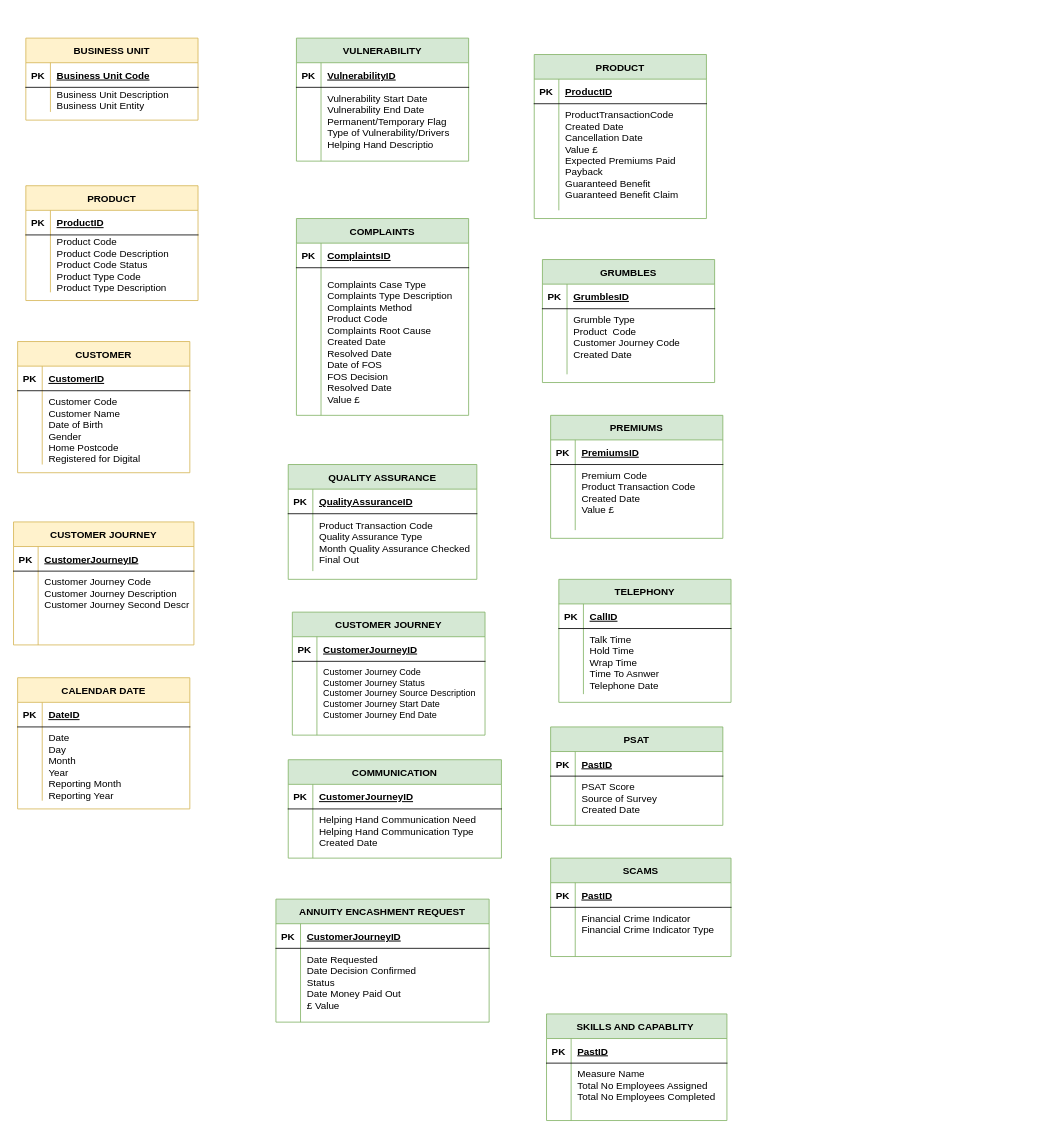
Before: PhonnixVC_DM.drawio in Saadcapco/PhoenixVC, a draw.io diagram. Source tidied: cells renumbered, new cells numbered last; positions are measured from the earlier drawing's top-left corner, leaving out a move shared by most shapes. Both pictures are drawn from the tidied source at 82%, with x=0, y=0 at pixel (13, 38).
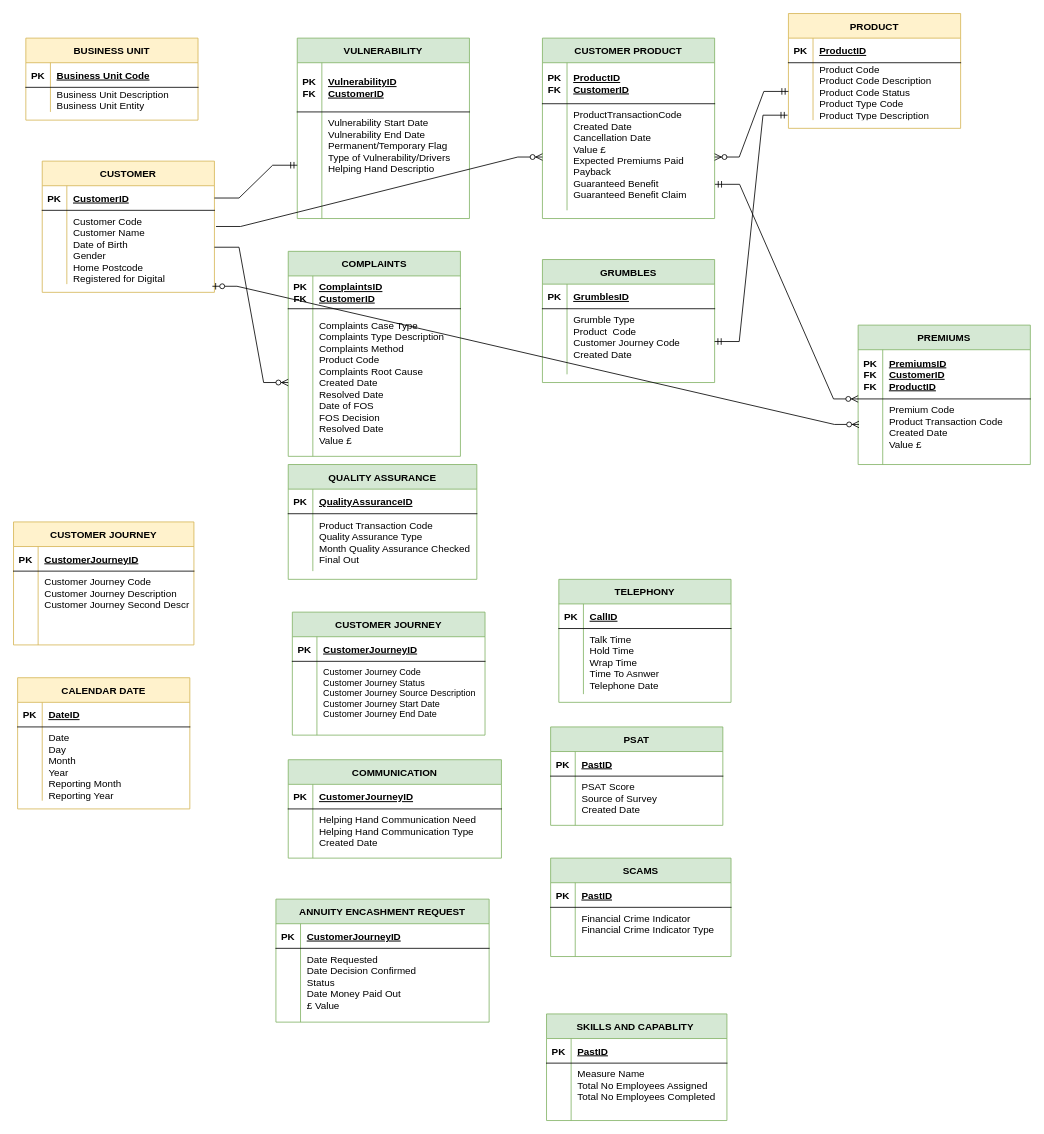
The same page after the edit.

The change refers to these unchanged cells:
```xml
<mxCell id="13" style="shape=partialRectangle;fillColor=none;points=[[0,0.5],[1,0.5]];portConstraint=eastwest;top=0;left=0;right=0;bottom=0;" parent="9" vertex="1">
  <mxGeometry y="60" width="210" height="70" as="geometry" />
</mxCell>
<mxCell id="17" style="shape=partialRectangle;fillColor=none;points=[[0,0.5],[1,0.5]];portConstraint=eastwest;top=0;left=0;right=0;bottom=1;" parent="16" vertex="1">
  <mxGeometry y="30" width="210" height="30" as="geometry" />
</mxCell>
<mxCell id="20" style="shape=partialRectangle;fillColor=none;points=[[0,0.5],[1,0.5]];portConstraint=eastwest;top=0;left=0;right=0;bottom=0;" parent="16" vertex="1">
  <mxGeometry y="60" width="210" height="90" as="geometry" />
</mxCell>
<mxCell id="90" style="shape=partialRectangle;fillColor=none;points=[[0,0.5],[1,0.5]];portConstraint=eastwest;top=0;left=0;right=0;bottom=0;" parent="86" vertex="1">
  <mxGeometry y="60" width="210" height="80" as="geometry" />
</mxCell>
```

What changed in the source:
```diff
@@
     <mxCell id="9" value="PRODUCT" style="shape=table;startSize=30;childLayout=tableLayout;rowLines=0;fontStyle=1;align=center;fillColor=#fff2cc;strokeColor=#d6b656;" parent="1" vertex="1">
-      <mxGeometry x="15" y="180" width="210" height="140" as="geometry" />
+      <mxGeometry x="945" y="-30" width="210" height="140" as="geometry" />
     </mxCell>
@@
     <mxCell id="16" value="CUSTOMER" style="shape=table;startSize=30;childLayout=tableLayout;rowLines=0;fontStyle=1;align=center;fillColor=#fff2cc;strokeColor=#d6b656;" parent="1" vertex="1">
-      <mxGeometry x="5" y="370" width="210" height="160" as="geometry" />
+      <mxGeometry x="35" y="150" width="210" height="160" as="geometry" />
     </mxCell>
@@
     <mxCell id="37" value="VULNERABILITY" style="shape=table;startSize=30;childLayout=tableLayout;rowLines=0;fontStyle=1;align=center;fillColor=#d5e8d4;strokeColor=#82b366;" parent="1" vertex="1">
-      <mxGeometry x="345" width="210" height="150" as="geometry" />
+      <mxGeometry x="346" width="210" height="220" as="geometry" />
     </mxCell>
     <mxCell id="38" style="shape=partialRectangle;fillColor=none;top=0;left=0;right=0;bottom=1;" parent="37" vertex="1">
-      <mxGeometry y="30" width="210" height="30" as="geometry" />
+      <mxGeometry y="30" width="210" height="60" as="geometry" />
     </mxCell>
-    <mxCell id="39" value="PK" style="shape=partialRectangle;overflow=hidden;fillColor=none;top=0;left=0;bottom=0;right=0;fontStyle=1;" parent="38" vertex="1">
-      <mxGeometry width="30" height="30" as="geometry" />
+    <mxCell id="39" value="PK&#10;FK" style="shape=partialRectangle;overflow=hidden;fillColor=none;top=0;left=0;bottom=0;right=0;fontStyle=1;" parent="38" vertex="1">
+      <mxGeometry width="30" height="60" as="geometry" />
     </mxCell>
-    <mxCell id="40" value="VulnerabilityID" style="shape=partialRectangle;overflow=hidden;fillColor=none;top=0;left=0;bottom=0;right=0;align=left;spacingLeft=6;fontStyle=5;" parent="38" vertex="1">
-      <mxGeometry x="30" width="180" height="30" as="geometry" />
+    <mxCell id="40" value="VulnerabilityID&#10;CustomerID" style="shape=partialRectangle;overflow=hidden;fillColor=none;top=0;left=0;bottom=0;right=0;align=left;spacingLeft=6;fontStyle=5;" parent="38" vertex="1">
+      <mxGeometry x="30" width="180" height="60" as="geometry" />
     </mxCell>
     <mxCell id="41" style="shape=partialRectangle;fillColor=none;points=[[0,0.5],[1,0.5]];portConstraint=eastwest;top=0;left=0;right=0;bottom=0;" parent="37" vertex="1">
-      <mxGeometry y="60" width="210" height="90" as="geometry" />
+      <mxGeometry y="90" width="210" height="130" as="geometry" />
     </mxCell>
     <mxCell id="42" style="shape=partialRectangle;overflow=hidden;fillColor=none;top=0;left=0;bottom=0;right=0;" parent="41" vertex="1">
-      <mxGeometry width="30" height="90" as="geometry" />
+      <mxGeometry width="30" height="130" as="geometry" />
     </mxCell>
     <mxCell id="43" value="Vulnerability Start Date&#10;Vulnerability End Date&#10;Permanent/Temporary Flag&#10;Type of Vulnerability/Drivers &#10;Helping Hand Descriptio" style="shape=partialRectangle;overflow=hidden;fillColor=none;top=0;left=0;bottom=0;right=0;align=left;spacingLeft=6;verticalAlign=top;" parent="41" vertex="1">
-      <mxGeometry x="30" width="180" height="90" as="geometry" />
+      <mxGeometry x="30" width="180" height="130" as="geometry" />
     </mxCell>
     <mxCell id="44" value="COMPLAINTS" style="shape=table;startSize=30;childLayout=tableLayout;rowLines=0;fontStyle=1;align=center;fillColor=#d5e8d4;strokeColor=#82b366;" parent="1" vertex="1">
-      <mxGeometry x="345" y="220" width="210" height="240" as="geometry" />
+      <mxGeometry x="335" y="260" width="210" height="250" as="geometry" />
     </mxCell>
     <mxCell id="45" style="shape=partialRectangle;fillColor=none;top=0;left=0;right=0;bottom=1;" parent="44" vertex="1">
-      <mxGeometry y="30" width="210" height="30" as="geometry" />
+      <mxGeometry y="30" width="210" height="40" as="geometry" />
     </mxCell>
-    <mxCell id="46" value="PK" style="shape=partialRectangle;overflow=hidden;fillColor=none;top=0;left=0;bottom=0;right=0;fontStyle=1;" parent="45" vertex="1">
-      <mxGeometry width="30" height="30" as="geometry" />
+    <mxCell id="46" value="PK&#10;FK" style="shape=partialRectangle;overflow=hidden;fillColor=none;top=0;left=0;bottom=0;right=0;fontStyle=1;" parent="45" vertex="1">
+      <mxGeometry width="30" height="40" as="geometry" />
     </mxCell>
-    <mxCell id="47" value="ComplaintsID" style="shape=partialRectangle;overflow=hidden;fillColor=none;top=0;left=0;bottom=0;right=0;align=left;spacingLeft=6;fontStyle=5;" parent="45" vertex="1">
-      <mxGeometry x="30" width="180" height="30" as="geometry" />
+    <mxCell id="47" value="ComplaintsID&#10;CustomerID" style="shape=partialRectangle;overflow=hidden;fillColor=none;top=0;left=0;bottom=0;right=0;align=left;spacingLeft=6;fontStyle=5;" parent="45" vertex="1">
+      <mxGeometry x="30" width="180" height="40" as="geometry" />
     </mxCell>
     <mxCell id="48" style="shape=partialRectangle;fillColor=none;points=[[0,0.5],[1,0.5]];portConstraint=eastwest;top=0;left=0;right=0;bottom=0;" parent="44" vertex="1">
-      <mxGeometry y="60" width="210" height="180" as="geometry" />
+      <mxGeometry y="70" width="210" height="180" as="geometry" />
     </mxCell>
@@
-    <mxCell id="79" value="PRODUCT" style="shape=table;startSize=30;childLayout=tableLayout;rowLines=0;fontStyle=1;align=center;fillColor=#d5e8d4;strokeColor=#82b366;" parent="1" vertex="1">
-      <mxGeometry x="635" y="20" width="210" height="200" as="geometry" />
+    <mxCell id="79" value="CUSTOMER PRODUCT" style="shape=table;startSize=30;childLayout=tableLayout;rowLines=0;fontStyle=1;align=center;fillColor=#d5e8d4;strokeColor=#82b366;" parent="1" vertex="1">
+      <mxGeometry x="645" width="210" height="220" as="geometry" />
     </mxCell>
     <mxCell id="80" style="shape=partialRectangle;fillColor=none;top=0;left=0;right=0;bottom=1;" parent="79" vertex="1">
-      <mxGeometry y="30" width="210" height="30" as="geometry" />
+      <mxGeometry y="30" width="210" height="50" as="geometry" />
     </mxCell>
-    <mxCell id="81" value="PK" style="shape=partialRectangle;overflow=hidden;fillColor=none;top=0;left=0;bottom=0;right=0;fontStyle=1;" parent="80" vertex="1">
-      <mxGeometry width="30" height="30" as="geometry" />
+    <mxCell id="81" value="PK&#10;FK" style="shape=partialRectangle;overflow=hidden;fillColor=none;top=0;left=0;bottom=0;right=0;fontStyle=1;" parent="80" vertex="1">
+      <mxGeometry width="30" height="50" as="geometry" />
     </mxCell>
-    <mxCell id="82" value="ProductID" style="shape=partialRectangle;overflow=hidden;fillColor=none;top=0;left=0;bottom=0;right=0;align=left;spacingLeft=6;fontStyle=5;" parent="80" vertex="1">
-      <mxGeometry x="30" width="180" height="30" as="geometry" />
+    <mxCell id="82" value="ProductID&#10;CustomerID" style="shape=partialRectangle;overflow=hidden;fillColor=none;top=0;left=0;bottom=0;right=0;align=left;spacingLeft=6;fontStyle=5;" parent="80" vertex="1">
+      <mxGeometry x="30" width="180" height="50" as="geometry" />
     </mxCell>
     <mxCell id="83" style="shape=partialRectangle;fillColor=none;points=[[0,0.5],[1,0.5]];portConstraint=eastwest;top=0;left=0;right=0;bottom=0;" parent="79" vertex="1">
-      <mxGeometry y="60" width="210" height="130" as="geometry" />
+      <mxGeometry y="80" width="210" height="130" as="geometry" />
     </mxCell>
@@
     <mxCell id="93" value="PREMIUMS" style="shape=table;startSize=30;childLayout=tableLayout;rowLines=0;fontStyle=1;align=center;fillColor=#d5e8d4;strokeColor=#82b366;" parent="1" vertex="1">
-      <mxGeometry x="655" y="460" width="210" height="150" as="geometry" />
+      <mxGeometry x="1030" y="350" width="210" height="170" as="geometry" />
     </mxCell>
     <mxCell id="94" style="shape=partialRectangle;fillColor=none;top=0;left=0;right=0;bottom=1;" parent="93" vertex="1">
-      <mxGeometry y="30" width="210" height="30" as="geometry" />
+      <mxGeometry y="30" width="210" height="60" as="geometry" />
     </mxCell>
-    <mxCell id="95" value="PK" style="shape=partialRectangle;overflow=hidden;fillColor=none;top=0;left=0;bottom=0;right=0;fontStyle=1;" parent="94" vertex="1">
-      <mxGeometry width="30" height="30" as="geometry" />
+    <mxCell id="95" value="PK&#10;FK&#10;FK" style="shape=partialRectangle;overflow=hidden;fillColor=none;top=0;left=0;bottom=0;right=0;fontStyle=1;" parent="94" vertex="1">
+      <mxGeometry width="30" height="60" as="geometry" />
     </mxCell>
-    <mxCell id="96" value="PremiumsID" style="shape=partialRectangle;overflow=hidden;fillColor=none;top=0;left=0;bottom=0;right=0;align=left;spacingLeft=6;fontStyle=5;" parent="94" vertex="1">
-      <mxGeometry x="30" width="180" height="30" as="geometry" />
+    <mxCell id="96" value="PremiumsID&#10;CustomerID&#10;ProductID" style="shape=partialRectangle;overflow=hidden;fillColor=none;top=0;left=0;bottom=0;right=0;align=left;spacingLeft=6;fontStyle=5;" parent="94" vertex="1">
+      <mxGeometry x="30" width="180" height="60" as="geometry" />
     </mxCell>
     <mxCell id="97" style="shape=partialRectangle;fillColor=none;points=[[0,0.5],[1,0.5]];portConstraint=eastwest;top=0;left=0;right=0;bottom=0;" parent="93" vertex="1">
-      <mxGeometry y="60" width="210" height="80" as="geometry" />
+      <mxGeometry y="90" width="210" height="80" as="geometry" />
     </mxCell>
@@
+    <mxCell id="128" style="edgeStyle=entityRelationEdgeStyle;fontSize=12;html=1;endArrow=ERmandOne;rounded=0;entryX=0;entryY=0.5;entryDx=0;entryDy=0;exitX=1;exitY=0.5;exitDx=0;exitDy=0;" parent="1" edge="1" source="17" target="41">
+      <mxGeometry relative="1" as="geometry" />
+    </mxCell>
+    <mxCell id="129" style="edgeStyle=entityRelationEdgeStyle;fontSize=12;html=1;endArrow=ERzeroToMany;endFill=1;rounded=0;exitX=1.009;exitY=0.219;exitDx=0;exitDy=0;exitPerimeter=0;" parent="1" edge="1" source="20" target="83">
+      <mxGeometry relative="1" as="geometry" />
+    </mxCell>
+    <mxCell id="130" style="edgeStyle=entityRelationEdgeStyle;fontSize=12;html=1;endArrow=ERzeroToMany;startArrow=ERmandOne;rounded=0;entryX=1;entryY=0.5;entryDx=0;entryDy=0;exitX=0;exitY=0.5;exitDx=0;exitDy=0;" parent="1" edge="1" source="13" target="83">
+      <mxGeometry relative="1" as="geometry" />
+    </mxCell>
+    <mxCell id="131" style="edgeStyle=entityRelationEdgeStyle;fontSize=12;html=1;endArrow=ERzeroToMany;endFill=1;rounded=0;exitX=1;exitY=0.5;exitDx=0;exitDy=0;entryX=0;entryY=0.5;entryDx=0;entryDy=0;" parent="1" edge="1" source="20" target="48">
+      <mxGeometry relative="1" as="geometry" />
+    </mxCell>
+    <mxCell id="132" style="edgeStyle=entityRelationEdgeStyle;fontSize=12;html=1;endArrow=ERmandOne;startArrow=ERmandOne;rounded=0;exitX=1;exitY=0.5;exitDx=0;exitDy=0;entryX=-0.005;entryY=0.914;entryDx=0;entryDy=0;entryPerimeter=0;" parent="1" edge="1" source="90" target="13">
+      <mxGeometry relative="1" as="geometry" />
+    </mxCell>
+    <mxCell id="133" style="edgeStyle=entityRelationEdgeStyle;fontSize=12;html=1;endArrow=ERzeroToMany;startArrow=ERmandOne;rounded=0;exitX=1.002;exitY=0.756;exitDx=0;exitDy=0;exitPerimeter=0;" parent="1" edge="1" source="83">
+      <mxGeometry relative="1" as="geometry">
+        <mxPoint x="1030" y="440" as="targetPoint" />
+      </mxGeometry>
+    </mxCell>
+    <mxCell id="134" style="edgeStyle=entityRelationEdgeStyle;fontSize=12;html=1;endArrow=ERzeroToMany;startArrow=ERzeroToOne;rounded=0;entryX=0.005;entryY=0.389;entryDx=0;entryDy=0;entryPerimeter=0;exitX=0.988;exitY=1.029;exitDx=0;exitDy=0;exitPerimeter=0;" parent="1" edge="1" source="20" target="97">
+      <mxGeometry relative="1" as="geometry" />
+    </mxCell>
```
